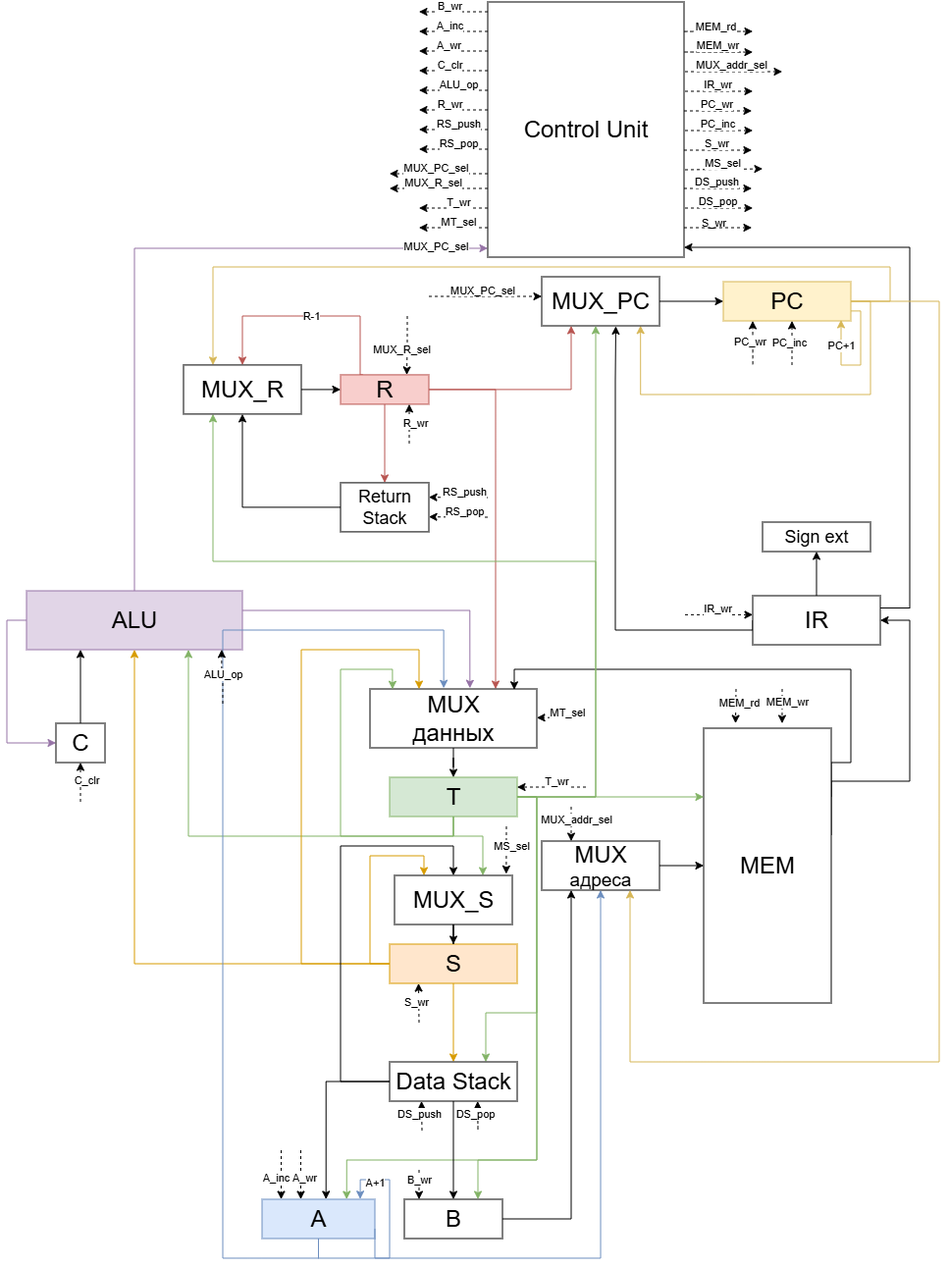
The draw.io diagram ComputerArchitecture/Schema/f18a.drawio.png in lo2545/ITMO, before a commit. Source tidied: cells renumbered, new cells last; positions are measured from the earlier drawing's top-left corner, leaving out a move shared by most shapes.
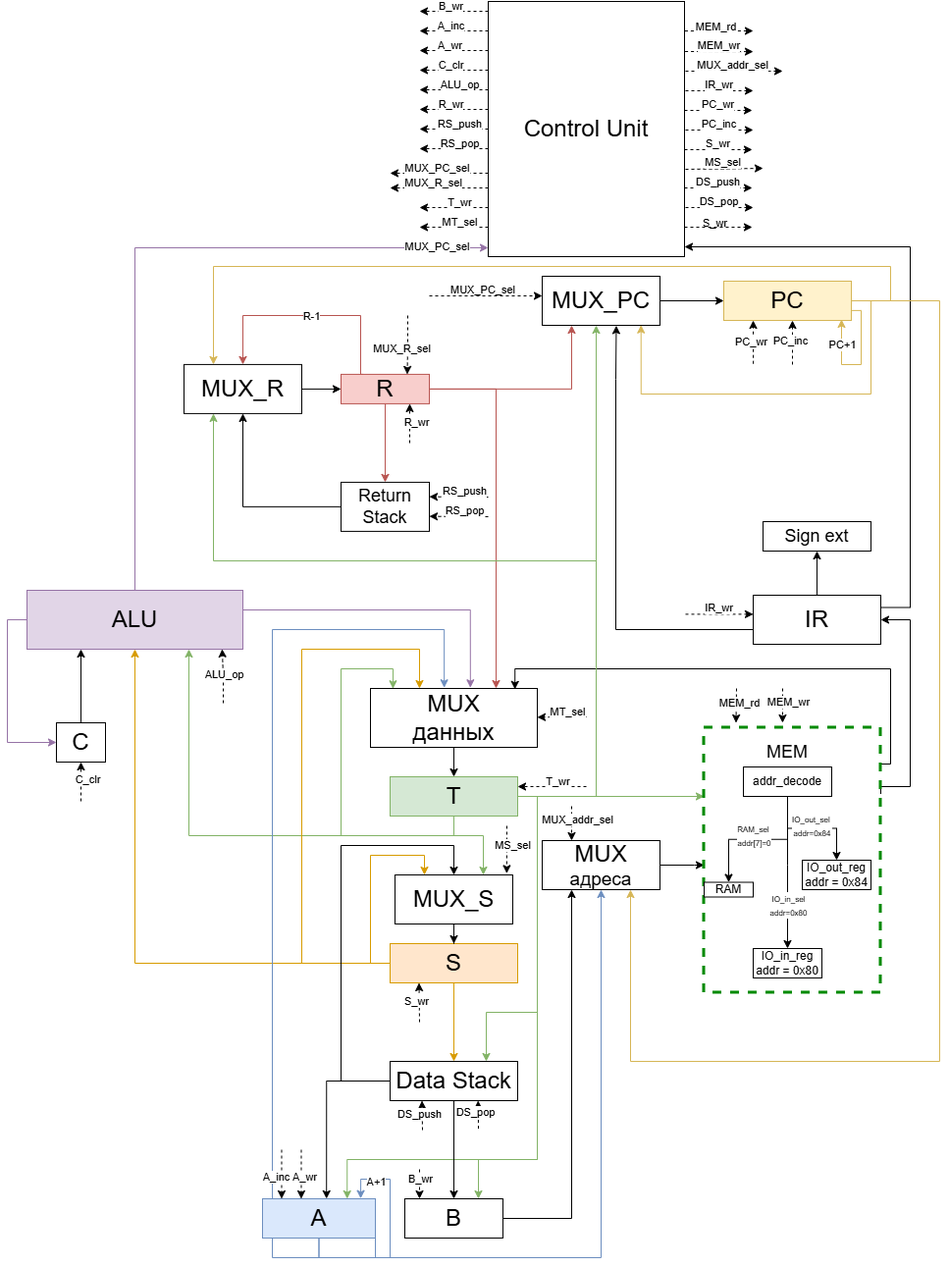
Above is the later version.

Change to the diagram source:
```diff
@@ -2,28 +2,23 @@
   <root>
     <mxCell id="0" />
     <mxCell id="1" parent="0" />
-    <mxCell id="2" style="edgeStyle=orthogonalEdgeStyle;rounded=0;jettySize=auto;html=1;entryX=1;entryY=0.5;entryDx=0;entryDy=0;exitX=1;exitY=0.389;exitDx=0;exitDy=0;exitPerimeter=0;" parent="1" edge="1" source="4" target="12">
+    <mxCell id="2" style="edgeStyle=orthogonalEdgeStyle;rounded=0;jettySize=auto;html=1;entryX=1;entryY=0.5;entryDx=0;entryDy=0;exitX=1;exitY=0.25;exitDx=0;exitDy=0;" parent="1" edge="1" source="158" target="12">
       <mxGeometry relative="1" as="geometry">
         <Array as="points">
-          <mxPoint x="900" y="794" />
+          <mxPoint x="900" y="800" />
           <mxPoint x="900" y="630" />
         </Array>
       </mxGeometry>
     </mxCell>
-    <mxCell id="3" style="edgeStyle=orthogonalEdgeStyle;rounded=0;jettySize=auto;html=1;exitX=1;exitY=0.25;exitDx=0;exitDy=0;entryX=0.866;entryY=0.014;entryDx=0;entryDy=0;entryPerimeter=0;" parent="1" edge="1" source="4" target="26">
+    <mxCell id="3" style="edgeStyle=orthogonalEdgeStyle;rounded=0;jettySize=auto;html=1;exitX=0.995;exitY=0.153;exitDx=0;exitDy=0;entryX=0.866;entryY=0.014;entryDx=0;entryDy=0;entryPerimeter=0;exitPerimeter=0;" parent="1" edge="1" source="158" target="26">
       <mxGeometry relative="1" as="geometry">
         <Array as="points">
-          <mxPoint x="820" y="775" />
-          <mxPoint x="840" y="775" />
-          <mxPoint x="840" y="680" />
+          <mxPoint x="880" y="777" />
+          <mxPoint x="880" y="680" />
           <mxPoint x="497" y="680" />
-          <mxPoint x="497" y="701" />
         </Array>
       </mxGeometry>
     </mxCell>
-    <mxCell id="4" value="&lt;span style=&quot;font-size: 24px;&quot;&gt;MEM&lt;/span&gt;" style="whiteSpace=wrap;html=1;" parent="1" vertex="1">
-      <mxGeometry x="690" y="740" width="130" height="280" as="geometry" />
-    </mxCell>
     <mxCell id="5" style="rounded=0;orthogonalLoop=1;jettySize=auto;html=1;dashed=1;entryX=0.615;entryY=0;entryDx=0;entryDy=0;entryPerimeter=0;" parent="1" edge="1">
       <mxGeometry relative="1" as="geometry">
         <mxPoint x="770" y="700" as="sourcePoint" />
@@ -98,8 +93,10 @@
     <mxCell id="17" value="&lt;span style=&quot;font-size: 24px;&quot;&gt;R&lt;/span&gt;" style="whiteSpace=wrap;html=1;fillColor=#f8cecc;strokeColor=#b85450;" parent="1" vertex="1">
       <mxGeometry x="320" y="379.9" width="90" height="30" as="geometry" />
     </mxCell>
-    <mxCell id="18" style="edgeStyle=orthogonalEdgeStyle;rounded=0;jettySize=auto;html=1;entryX=0;entryY=0.25;entryDx=0;entryDy=0;fillColor=#d5e8d4;strokeColor=#82b366;" parent="1" edge="1" source="24" target="4">
-      <mxGeometry relative="1" as="geometry" />
+    <mxCell id="18" style="edgeStyle=orthogonalEdgeStyle;rounded=0;jettySize=auto;html=1;entryX=0;entryY=0.25;entryDx=0;entryDy=0;fillColor=#d5e8d4;strokeColor=#82b366;" parent="1" edge="1" source="24">
+      <mxGeometry relative="1" as="geometry">
+        <mxPoint x="690" y="810" as="targetPoint" />
+      </mxGeometry>
     </mxCell>
     <mxCell id="19" style="edgeStyle=orthogonalEdgeStyle;rounded=0;jettySize=auto;html=1;entryX=0.25;entryY=1;entryDx=0;entryDy=0;fillColor=#d5e8d4;strokeColor=#82b366;" parent="1" edge="1" source="24" target="57">
       <mxGeometry relative="1" as="geometry">
@@ -154,8 +151,9 @@
     <mxCell id="26" value="&lt;span style=&quot;font-size: 24px;&quot;&gt;MUX&lt;/span&gt;&lt;div&gt;&lt;span style=&quot;font-size: 24px;&quot;&gt;данных&lt;/span&gt;&lt;/div&gt;" style="whiteSpace=wrap;html=1;" parent="1" vertex="1">
       <mxGeometry x="350" y="700" width="170" height="60" as="geometry" />
     </mxCell>
-    <mxCell id="27" style="edgeStyle=orthogonalEdgeStyle;rounded=0;jettySize=auto;html=1;exitX=1;exitY=0.5;exitDx=0;exitDy=0;entryX=0;entryY=0.5;entryDx=0;entryDy=0;" parent="1" edge="1" source="28" target="4">
+    <mxCell id="27" style="edgeStyle=orthogonalEdgeStyle;rounded=0;jettySize=auto;html=1;exitX=1;exitY=0.5;exitDx=0;exitDy=0;entryX=0;entryY=0.5;entryDx=0;entryDy=0;" parent="1" edge="1" source="28">
       <mxGeometry relative="1" as="geometry">
+        <mxPoint x="690" y="880" as="targetPoint" />
         <Array as="points">
           <mxPoint x="680" y="880" />
           <mxPoint x="680" y="880" />
@@ -246,9 +244,9 @@
     <mxCell id="43" style="edgeStyle=orthogonalEdgeStyle;rounded=0;jettySize=auto;html=1;entryX=0.442;entryY=-0.013;entryDx=0;entryDy=0;fillColor=#dae8fc;strokeColor=#6c8ebf;entryPerimeter=0;" parent="1" edge="1" source="44" target="26">
       <mxGeometry relative="1" as="geometry">
         <Array as="points">
-          <mxPoint x="297" y="1280" />
-          <mxPoint x="200" y="1280" />
-          <mxPoint x="200" y="640" />
+          <mxPoint x="298" y="1280" />
+          <mxPoint x="250" y="1280" />
+          <mxPoint x="250" y="640" />
           <mxPoint x="425" y="640" />
         </Array>
       </mxGeometry>
@@ -856,5 +854,64 @@
         <mxPoint x="-20" y="15" as="offset" />
       </mxGeometry>
     </mxCell>
+    <mxCell id="158" style="rounded=0;whiteSpace=wrap;html=1;fillColor=none;strokeColor=#008a00;strokeWidth=3;dashed=1;" parent="1" vertex="1">
+      <mxGeometry x="690" y="740" width="180" height="270" as="geometry" />
+    </mxCell>
+    <mxCell id="4" value="&lt;font style=&quot;font-size: 18px;&quot;&gt;MEM&lt;/font&gt;" style="text;html=1;whiteSpace=wrap;strokeColor=none;fillColor=none;align=center;verticalAlign=middle;rounded=0;" parent="1" vertex="1">
+      <mxGeometry x="745" y="750" width="60" height="30" as="geometry" />
+    </mxCell>
+    <mxCell id="159" value="&lt;p&gt;&lt;br&gt;&lt;/p&gt;" style="text;html=1;whiteSpace=wrap;strokeColor=none;fillColor=none;align=center;verticalAlign=middle;rounded=0;" parent="1" vertex="1">
+      <mxGeometry x="820" y="860" width="70" height="10" as="geometry" />
+    </mxCell>
+    <mxCell id="160" style="edgeStyle=orthogonalEdgeStyle;rounded=0;jettySize=auto;html=1;entryX=0.5;entryY=0;entryDx=0;entryDy=0;" parent="1" edge="1" source="168" target="170">
+      <mxGeometry relative="1" as="geometry" />
+    </mxCell>
+    <mxCell id="161" value="&lt;font style=&quot;font-size: 8px;&quot;&gt;&lt;br/&gt;&lt;br&gt;&lt;/font&gt;" style="edgeLabel;html=1;align=center;verticalAlign=middle;" parent="160" vertex="1">
+      <mxGeometry x="0.08" y="2" relative="1" as="geometry" />
+    </mxCell>
+    <mxCell id="162" value="&lt;font style=&quot;font-size: 8px;&quot;&gt;&lt;br/&gt;&lt;/font&gt;" style="edgeLabel;html=1;align=center;verticalAlign=middle;" parent="160" vertex="1">
+      <mxGeometry x="-0.05" y="-2" relative="1" as="geometry" />
+    </mxCell>
+    <mxCell id="163" value="&lt;p&gt;&lt;br&gt;&lt;/p&gt;" style="edgeLabel;html=1;align=center;verticalAlign=middle;" parent="160" vertex="1">
+      <mxGeometry x="-0.15" relative="1" as="geometry">
+        <mxPoint x="-17" as="offset" />
+      </mxGeometry>
+    </mxCell>
+    <mxCell id="164" value="&lt;font style=&quot;font-size: 8px;&quot;&gt;RAM_sel&amp;nbsp;&lt;/font&gt;&lt;div&gt;&lt;font style=&quot;font-size: 8px;&quot;&gt;addr[7]=0&lt;/font&gt;&lt;/div&gt;" style="edgeLabel;html=1;align=center;verticalAlign=middle;" parent="160" vertex="1">
+      <mxGeometry x="-0.23" y="-1" relative="1" as="geometry">
+        <mxPoint x="-21" y="-3" as="offset" />
+      </mxGeometry>
+    </mxCell>
+    <mxCell id="165" style="edgeStyle=orthogonalEdgeStyle;rounded=0;jettySize=auto;html=1;entryX=0.5;entryY=0;entryDx=0;entryDy=0;" parent="1" edge="1" source="168" target="169">
+      <mxGeometry relative="1" as="geometry">
+        <Array as="points">
+          <mxPoint x="775" y="880" />
+          <mxPoint x="775" y="880" />
+        </Array>
+      </mxGeometry>
+    </mxCell>
+    <mxCell id="166" style="edgeStyle=orthogonalEdgeStyle;rounded=0;jettySize=auto;html=1;exitX=0.5;exitY=1;exitDx=0;exitDy=0;" parent="1" edge="1" source="168" target="171">
+      <mxGeometry relative="1" as="geometry" />
+    </mxCell>
+    <mxCell id="167" value="&lt;p&gt;&lt;font style=&quot;font-size: 8px;&quot;&gt;IO_out_sel&amp;nbsp;&lt;br&gt;&lt;/font&gt;&lt;span style=&quot;font-size: 8px; background-color: light-dark(#ffffff, var(--ge-dark-color, #121212)); color: light-dark(rgb(0, 0, 0), rgb(255, 255, 255));&quot;&gt;addr=0x84&lt;/span&gt;&lt;/p&gt;" style="edgeLabel;html=1;align=center;verticalAlign=middle;" parent="166" vertex="1">
+      <mxGeometry x="0.22" y="-3" relative="1" as="geometry">
+        <mxPoint x="-13" y="-6" as="offset" />
+      </mxGeometry>
+    </mxCell>
+    <mxCell id="168" value="addr_decode" style="whiteSpace=wrap;html=1;" parent="1" vertex="1">
+      <mxGeometry x="730" y="780" width="90" height="30" as="geometry" />
+    </mxCell>
+    <mxCell id="169" value="IO_in_reg addr = 0x80" style="whiteSpace=wrap;html=1;" parent="1" vertex="1">
+      <mxGeometry x="740" y="965" width="70" height="30" as="geometry" />
+    </mxCell>
+    <mxCell id="170" value="&lt;span style=&quot;text-wrap-mode: nowrap; color: rgba(0, 0, 0, 0); font-family: monospace; font-size: 0px; text-align: start;&quot;&gt;%3CmxGraphModel%3E%3Croot%3E%3CmxCell%20id%3D%220%22%2F%3E%3CmxCell%20id%3D%221%22%20parent%3D%220%22%2F%3E%3CmxCell%20id%3D%222%22%20parent%3D%221%22%20style%3D%22text%3Bhtml%3D1%3BwhiteSpace%3Dwrap%3BstrokeColor%3Dnone%3BfillColor%3Dnone%3Balign%3Dcenter%3BverticalAlign%3Dmiddle%3Brounded%3D0%3B%22%20value%3D%22addr!%3D0x80%26lt%3Bbr%26gt%3Baddr!%3D0x84%22%20vertex%3D%221%22%3E%3CmxGeometry%20height%3D%2210%22%20width%3D%2260%22%20x%3D%22570%22%20y%3D%22500%22%20as%3D%22geometry%22%2F%3E%3C%2FmxCell%3E%3C%2Froot%3E%3C%2FmxGraphModel%3E&lt;/span&gt;RAM" style="whiteSpace=wrap;html=1;" parent="1" vertex="1">
+      <mxGeometry x="690" y="897.5" width="50" height="15" as="geometry" />
+    </mxCell>
+    <mxCell id="171" value="IO_out_reg addr = 0x84" style="whiteSpace=wrap;html=1;" parent="1" vertex="1">
+      <mxGeometry x="790" y="875" width="70" height="30" as="geometry" />
+    </mxCell>
+    <mxCell id="172" value="&lt;font style=&quot;font-size: 8px;&quot;&gt;IO_in_sel&lt;/font&gt;&lt;div&gt;&lt;font style=&quot;font-size: 8px;&quot;&gt;addr=0x80&lt;/font&gt;&lt;/div&gt;" style="edgeLabel;html=1;align=center;verticalAlign=middle;" parent="1" vertex="1">
+      <mxGeometry x="775" y="920" as="geometry" />
+    </mxCell>
   </root>
 </mxGraphModel>
```
